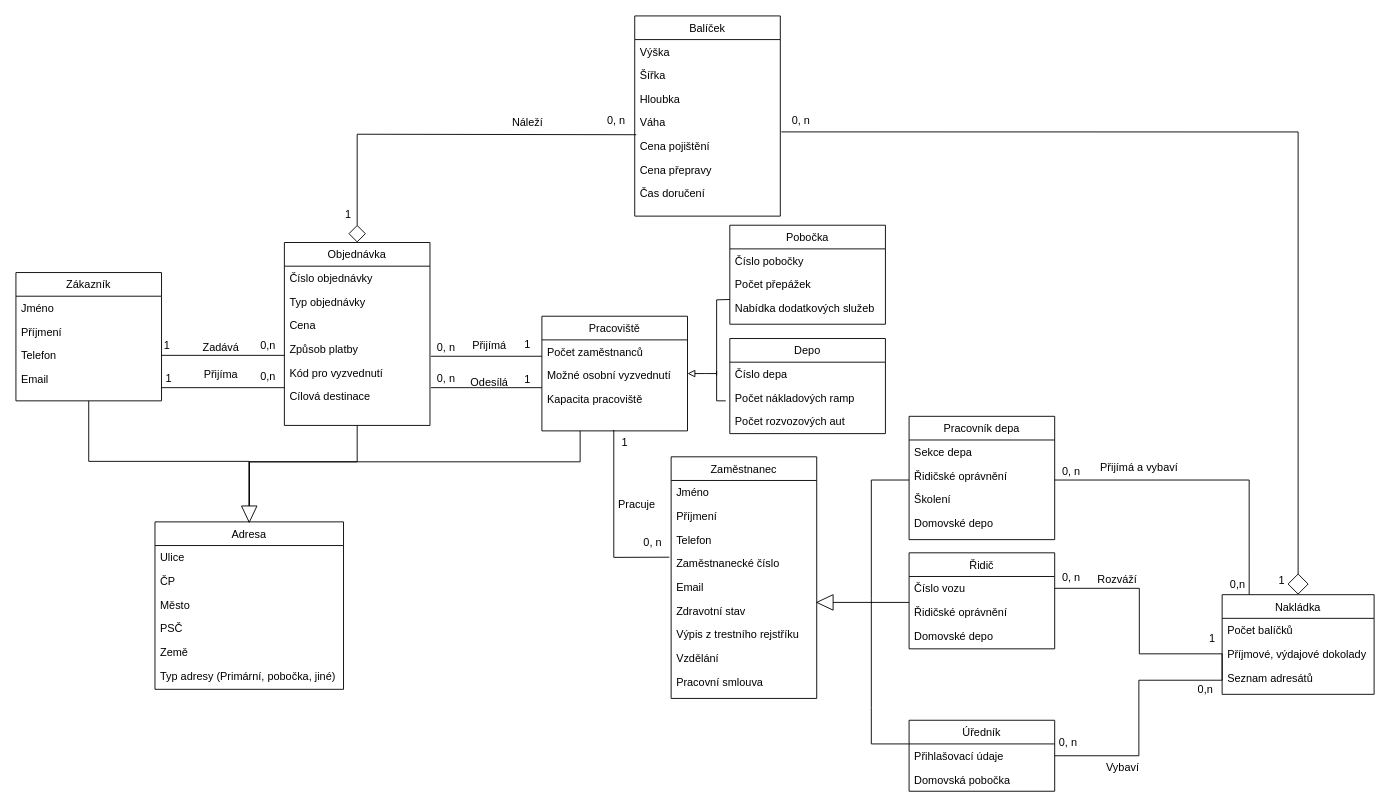
Before: Projekt-ClassDiagram-v3.drawio in martinoak/culs-diagrams-net, a draw.io diagram. Source tidied: cells renumbered, new cells numbered last; positions are measured from the earlier drawing's top-left corner, leaving out a move shared by most shapes. Both pictures are drawn from the tidied source at 91%, with x=0, y=0 at pixel (15, 15).
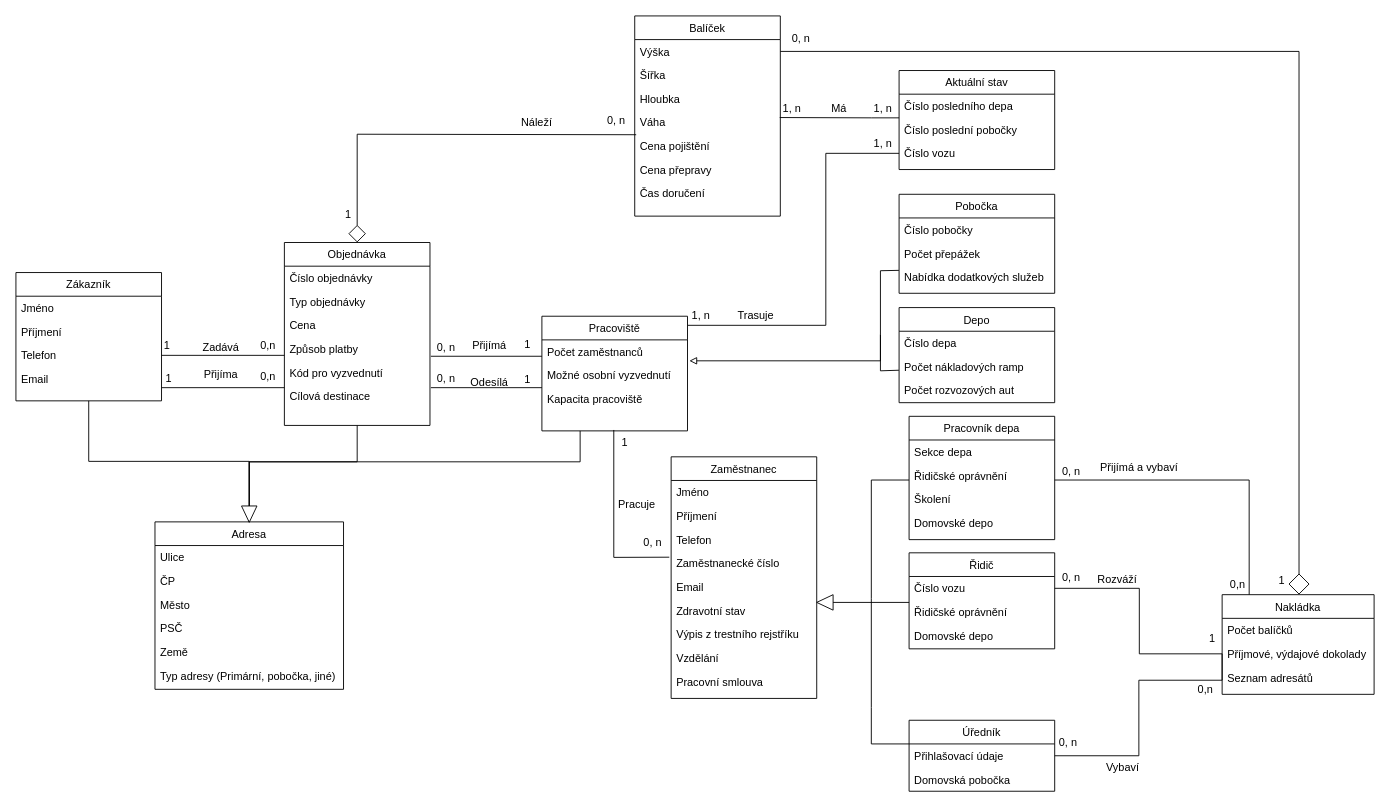
The same page after the edit.

The change refers to these unchanged cells:
```xml
<mxCell id="17" value="Výška" style="text;align=left;verticalAlign=top;spacingLeft=4;spacingRight=4;overflow=hidden;points=[[0,0.5],[1,0.5]];portConstraint=eastwest;" parent="16" vertex="1">
  <mxGeometry y="26" width="160" height="26" as="geometry" />
</mxCell>
<mxCell id="20" value="Váha" style="text;align=left;verticalAlign=top;spacingLeft=4;spacingRight=4;overflow=hidden;points=[[0,0.5],[1,0.5]];portConstraint=eastwest;rounded=0;shadow=0;html=0;" parent="16" vertex="1">
  <mxGeometry y="104" width="160" height="26" as="geometry" />
</mxCell>
<mxCell id="21" value="Cena pojištění" style="text;align=left;verticalAlign=top;spacingLeft=4;spacingRight=4;overflow=hidden;points=[[0,0.5],[1,0.5]];portConstraint=eastwest;" parent="16" vertex="1">
  <mxGeometry y="130" width="160" height="26" as="geometry" />
</mxCell>
<mxCell id="26" value="Pracoviště" style="swimlane;fontStyle=0;align=center;verticalAlign=top;horizontal=1;startSize=26;rounded=0;shadow=0;strokeWidth=1;" parent="1" vertex="1">
  <mxGeometry x="578" y="330" width="160" height="126" as="geometry" />
</mxCell>
<mxCell id="63" value="Nakládka" style="swimlane;fontStyle=0;align=center;verticalAlign=top;horizontal=1;startSize=26;rounded=0;shadow=0;strokeWidth=1;" parent="1" vertex="1">
  <mxGeometry x="1325.5" y="636" width="167" height="109.5" as="geometry" />
</mxCell>
<mxCell id="96" value="Počet nákladových ramp" style="text;align=left;verticalAlign=top;spacingLeft=4;spacingRight=4;overflow=hidden;points=[[0,0.5],[1,0.5]];portConstraint=eastwest;" parent="94" vertex="1">
  <mxGeometry y="52" width="171" height="26" as="geometry" />
</mxCell>
<mxCell id="112" value="Nabídka dodatkových služeb" style="text;align=left;verticalAlign=top;spacingLeft=4;spacingRight=4;overflow=hidden;points=[[0,0.5],[1,0.5]];portConstraint=eastwest;" parent="109" vertex="1">
  <mxGeometry y="78" width="171" height="26" as="geometry" />
</mxCell>
```

The edit, as a diff of the source:
```diff
@@
-    <mxCell id="15" style="edgeStyle=orthogonalEdgeStyle;rounded=0;jumpSize=6;jettySize=auto;html=1;strokeWidth=1;startArrow=none;startFill=0;endArrow=diamond;endFill=0;startSize=17;endSize=21;exitX=1.007;exitY=-0.098;exitDx=0;exitDy=0;exitPerimeter=0;" parent="1" edge="1" source="21" target="63">
-      <mxGeometry relative="1" as="geometry" />
+    <mxCell id="15" style="edgeStyle=orthogonalEdgeStyle;rounded=0;jumpSize=6;jettySize=auto;html=1;strokeWidth=1;startArrow=none;startFill=0;endArrow=diamond;endFill=0;startSize=17;endSize=21;exitX=1;exitY=0.5;exitDx=0;exitDy=0;" parent="1" edge="1" source="17" target="63">
+      <mxGeometry relative="1" as="geometry">
+        <Array as="points">
+          <mxPoint x="1410" y="39" />
+        </Array>
+      </mxGeometry>
     </mxCell>
@@
-    <mxCell id="24" style="edgeStyle=orthogonalEdgeStyle;rounded=0;jettySize=auto;html=1;endArrow=none;endFill=0;startArrow=block;startFill=0;targetPerimeterSpacing=16;sourcePerimeterSpacing=0;" parent="1" edge="1" source="26">
+    <mxCell id="24" style="edgeStyle=orthogonalEdgeStyle;rounded=0;orthogonalLoop=1;jettySize=auto;html=1;endArrow=none;endFill=0;startArrow=block;startFill=0;targetPerimeterSpacing=16;sourcePerimeterSpacing=0;" parent="1" edge="1">
       <mxGeometry relative="1" as="geometry">
-        <mxPoint x="770" y="393" as="targetPoint" />
+        <mxPoint x="740" y="379" as="sourcePoint" />
+        <mxPoint x="950" y="350" as="targetPoint" />
+        <Array as="points">
+          <mxPoint x="740" y="379" />
+          <mxPoint x="950" y="380" />
+        </Array>
       </mxGeometry>
     </mxCell>
@@
+    <mxCell id="117" style="edgeStyle=orthogonalEdgeStyle;rounded=0;jettySize=auto;html=1;entryX=0;entryY=0.5;entryDx=0;entryDy=0;endArrow=none;endFill=0;" parent="1" edge="1" source="26">
+      <mxGeometry relative="1" as="geometry">
+        <mxPoint x="970.5" y="151" as="targetPoint" />
+        <Array as="points">
+          <mxPoint x="890" y="340" />
+          <mxPoint x="890" y="151" />
+        </Array>
+      </mxGeometry>
+    </mxCell>
@@
     <mxCell id="82" value="Náleží" style="text;html=1;align=center;verticalAlign=middle;labelBackgroundColor=none;rounded=0;shadow=0;strokeWidth=1;fontSize=12;" parent="1" vertex="1">
-      <mxGeometry x="590" y="90" as="geometry">
+      <mxGeometry x="600" y="90" as="geometry">
         <mxPoint x="-29" y="26" as="offset" />
       </mxGeometry>
     </mxCell>
     <mxCell id="83" value="0, n" style="align=right;verticalAlign=bottom;labelBackgroundColor=none;fontSize=12;" parent="1" vertex="1">
-      <mxGeometry x="870" y="100" as="geometry">
+      <mxGeometry x="870" y="10" as="geometry">
         <mxPoint x="4" y="23" as="offset" />
       </mxGeometry>
     </mxCell>
@@
     <mxCell id="94" value="Depo" style="swimlane;fontStyle=0;align=center;verticalAlign=top;horizontal=1;startSize=26;rounded=0;shadow=0;strokeWidth=1;" parent="1" vertex="1">
-      <mxGeometry x="784.5" y="354.5" width="171" height="104.5" as="geometry" />
+      <mxGeometry x="970.5" y="320.5" width="171" height="104.5" as="geometry" />
     </mxCell>
@@
     <mxCell id="109" value="Pobočka" style="swimlane;fontStyle=0;align=center;verticalAlign=top;horizontal=1;startSize=26;rounded=0;shadow=0;strokeWidth=1;" parent="1" vertex="1">
-      <mxGeometry x="784.5" y="230" width="171" height="108.8" as="geometry" />
+      <mxGeometry x="970.5" y="196" width="171" height="108.8" as="geometry" />
     </mxCell>
@@
-    <mxCell id="113" style="endArrow=none;html=1;rounded=0;endFill=0;startArrow=none;entryX=0;entryY=0.75;entryDx=0;entryDy=0;" parent="1" edge="1" target="109">
+    <mxCell id="113" style="endArrow=none;html=1;rounded=0;endFill=0;startArrow=none;entryX=-0.001;entryY=0.215;entryDx=0;entryDy=0;entryPerimeter=0;" parent="1" edge="1" target="112">
       <mxGeometry relative="1" as="geometry">
-        <mxPoint x="770" y="395" as="sourcePoint" />
+        <mxPoint x="950" y="350" as="sourcePoint" />
         <Array as="points">
-          <mxPoint x="770" y="312" />
+          <mxPoint x="950" y="280" />
         </Array>
       </mxGeometry>
     </mxCell>
-    <mxCell id="114" style="endArrow=none;html=1;rounded=0;endFill=0;" parent="1" edge="1">
+    <mxCell id="114" style="endArrow=none;html=1;rounded=0;endFill=0;entryX=-0.001;entryY=0.648;entryDx=0;entryDy=0;entryPerimeter=0;" parent="1" edge="1" target="96">
       <mxGeometry relative="1" as="geometry">
-        <mxPoint x="770" y="390" as="sourcePoint" />
-        <mxPoint x="780" y="423" as="targetPoint" />
+        <mxPoint x="950" y="350" as="sourcePoint" />
         <Array as="points">
-          <mxPoint x="770" y="423" />
+          <mxPoint x="950" y="390" />
         </Array>
       </mxGeometry>
     </mxCell>
@@
+    <mxCell id="118" style="edgeStyle=orthogonalEdgeStyle;rounded=0;jettySize=auto;html=1;entryX=0.996;entryY=0.295;entryDx=0;entryDy=0;entryPerimeter=0;endArrow=none;endFill=0;" parent="1" edge="1" source="119" target="20">
+      <mxGeometry relative="1" as="geometry">
+        <Array as="points">
+          <mxPoint x="940" y="112" />
+          <mxPoint x="940" y="112" />
+        </Array>
+      </mxGeometry>
+    </mxCell>
+    <mxCell id="119" value="Aktuální stav" style="swimlane;fontStyle=0;align=center;verticalAlign=top;horizontal=1;startSize=26;rounded=0;shadow=0;strokeWidth=1;" parent="1" vertex="1">
+      <mxGeometry x="970.5" y="60" width="171" height="108.8" as="geometry" />
+    </mxCell>
+    <mxCell id="120" value="Číslo posledního depa" style="text;align=left;verticalAlign=top;spacingLeft=4;spacingRight=4;overflow=hidden;" parent="119" vertex="1">
+      <mxGeometry y="26" width="171" height="26" as="geometry" />
+    </mxCell>
+    <mxCell id="121" value="Číslo poslední pobočky" style="text;align=left;verticalAlign=top;spacingLeft=4;spacingRight=4;overflow=hidden;" parent="119" vertex="1">
+      <mxGeometry y="52" width="171" height="26" as="geometry" />
+    </mxCell>
+    <mxCell id="122" value="Číslo vozu" style="text;align=left;verticalAlign=top;spacingLeft=4;spacingRight=4;overflow=hidden;" parent="119" vertex="1">
+      <mxGeometry y="78" width="171" height="26" as="geometry" />
+    </mxCell>
+    <mxCell id="123" value="1, n" style="align=right;verticalAlign=bottom;labelBackgroundColor=none;fontSize=12;" parent="1" vertex="1">
+      <mxGeometry x="860" y="87" as="geometry">
+        <mxPoint x="4" y="23" as="offset" />
+      </mxGeometry>
+    </mxCell>
+    <mxCell id="124" value="Má" style="align=right;verticalAlign=bottom;labelBackgroundColor=none;fontSize=12;" parent="1" vertex="1">
+      <mxGeometry x="910" y="87" as="geometry">
+        <mxPoint x="4" y="23" as="offset" />
+      </mxGeometry>
+    </mxCell>
+    <mxCell id="125" value="1, n" style="align=right;verticalAlign=bottom;labelBackgroundColor=none;fontSize=12;" parent="1" vertex="1">
+      <mxGeometry x="960" y="87" as="geometry">
+        <mxPoint x="4" y="23" as="offset" />
+      </mxGeometry>
+    </mxCell>
+    <mxCell id="126" value="1, n" style="align=right;verticalAlign=bottom;labelBackgroundColor=none;fontSize=12;" parent="1" vertex="1">
+      <mxGeometry x="760" y="315" as="geometry">
+        <mxPoint x="4" y="23" as="offset" />
+      </mxGeometry>
+    </mxCell>
+    <mxCell id="127" value="Trasuje" style="align=right;verticalAlign=bottom;labelBackgroundColor=none;fontSize=12;" parent="1" vertex="1">
+      <mxGeometry x="830" y="315" as="geometry">
+        <mxPoint x="4" y="23" as="offset" />
+      </mxGeometry>
+    </mxCell>
+    <mxCell id="128" value="1, n" style="align=right;verticalAlign=bottom;labelBackgroundColor=none;fontSize=12;" parent="1" vertex="1">
+      <mxGeometry x="960" y="126" as="geometry">
+        <mxPoint x="4" y="23" as="offset" />
+      </mxGeometry>
+    </mxCell>
```
